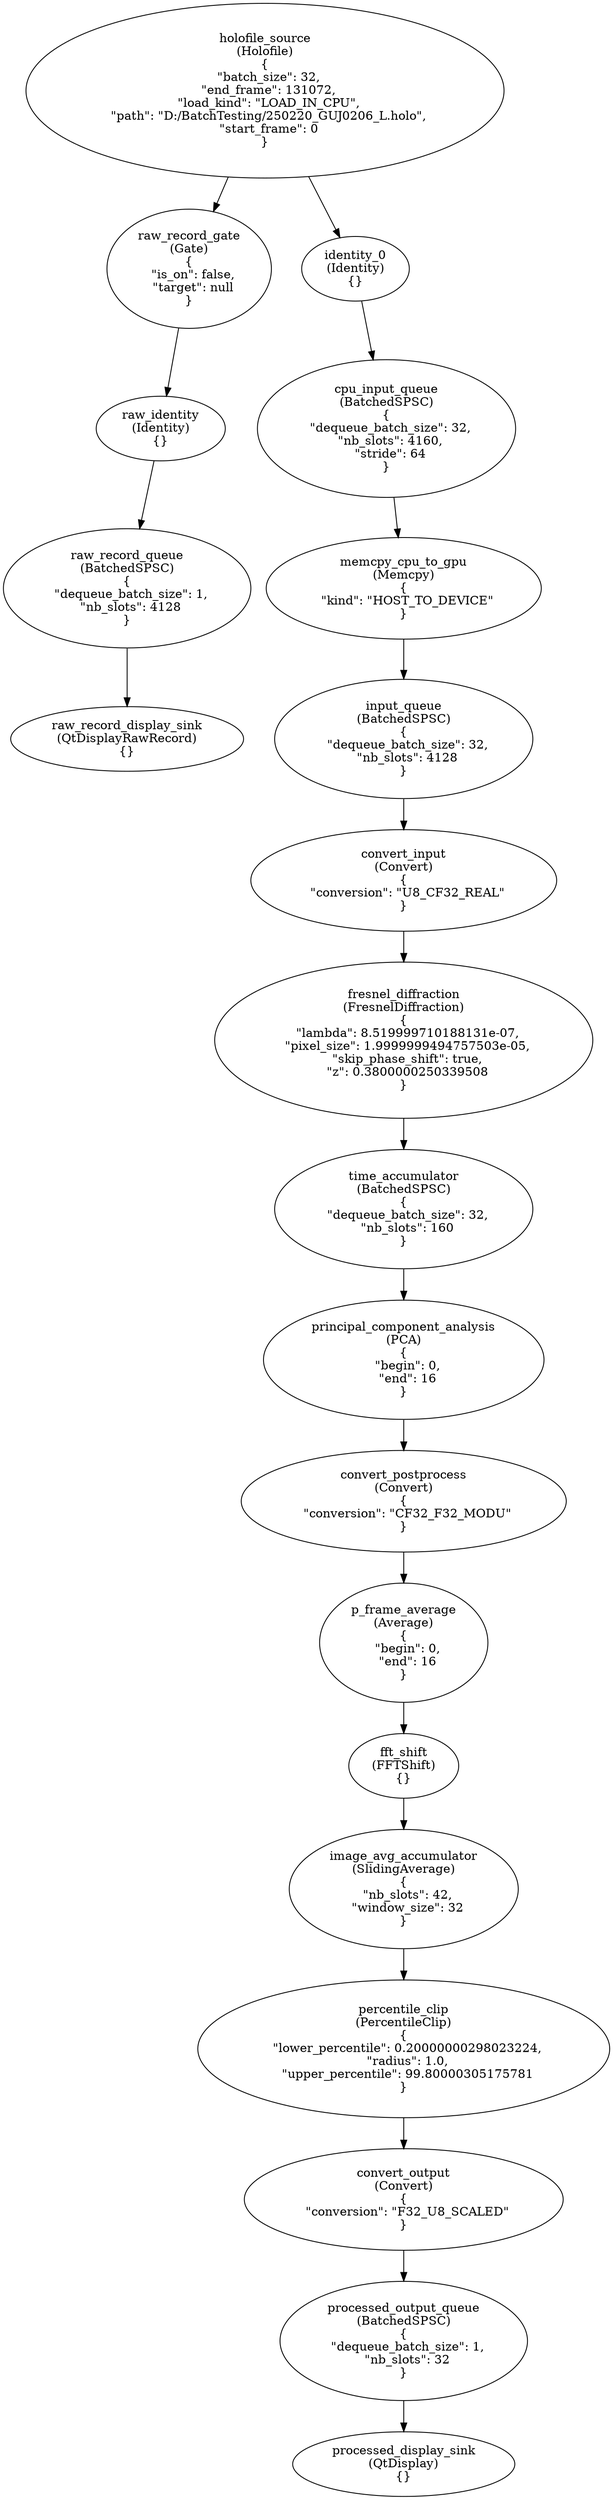
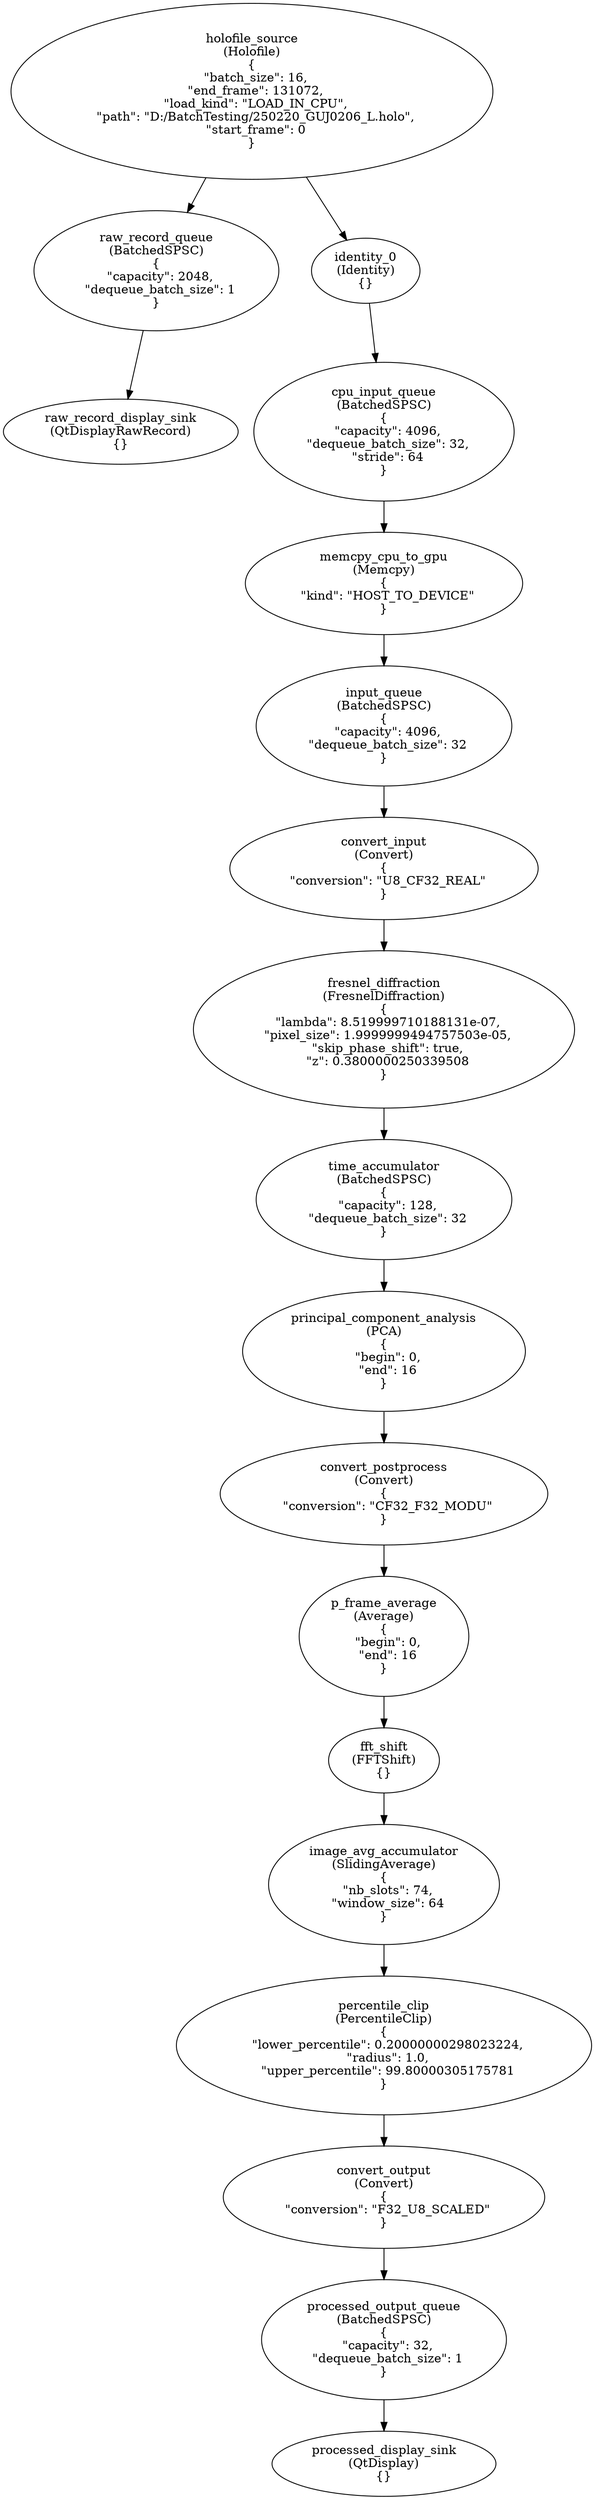
digraph G {
0[label="holofile_source\n(Holofile)\n{
-   \"batch_size\": 32,
+   \"batch_size\": 16,
  \"end_frame\": 131072,
  \"load_kind\": \"LOAD_IN_CPU\",
  \"path\": \"D:/BatchTesting/250220_GUJ0206_L.holo\",
  \"start_frame\": 0
}"];
- 1[label="raw_record_gate\n(Gate)\n{
-   \"is_on\": false,
-   \"target\": null
+ 1[label="raw_record_queue\n(BatchedSPSC)\n{
+   \"capacity\": 2048,
+   \"dequeue_batch_size\": 1
}"];
- 2[label="raw_identity\n(Identity)\n{}"];
- 3[label="raw_record_queue\n(BatchedSPSC)\n{
-   \"dequeue_batch_size\": 1,
-   \"nb_slots\": 4128
- }"];
- 4[label="raw_record_display_sink\n(QtDisplayRawRecord)\n{}"];
- 5[label="identity_0\n(Identity)\n{}"];
- 6[label="cpu_input_queue\n(BatchedSPSC)\n{
+ 2[label="raw_record_display_sink\n(QtDisplayRawRecord)\n{}"];
+ 3[label="identity_0\n(Identity)\n{}"];
+ 4[label="cpu_input_queue\n(BatchedSPSC)\n{
+   \"capacity\": 4096,
  \"dequeue_batch_size\": 32,
-   \"nb_slots\": 4160,
  \"stride\": 64
}"];
- 7[label="memcpy_cpu_to_gpu\n(Memcpy)\n{
+ 5[label="memcpy_cpu_to_gpu\n(Memcpy)\n{
  \"kind\": \"HOST_TO_DEVICE\"
}"];
- 8[label="input_queue\n(BatchedSPSC)\n{
-   \"dequeue_batch_size\": 32,
-   \"nb_slots\": 4128
+ 6[label="input_queue\n(BatchedSPSC)\n{
+   \"capacity\": 4096,
+   \"dequeue_batch_size\": 32
}"];
- 9[label="convert_input\n(Convert)\n{
+ 7[label="convert_input\n(Convert)\n{
  \"conversion\": \"U8_CF32_REAL\"
}"];
- 10[label="fresnel_diffraction\n(FresnelDiffraction)\n{
+ 8[label="fresnel_diffraction\n(FresnelDiffraction)\n{
  \"lambda\": 8.519999710188131e-07,
  \"pixel_size\": 1.9999999494757503e-05,
  \"skip_phase_shift\": true,
  \"z\": 0.3800000250339508
}"];
- 11[label="time_accumulator\n(BatchedSPSC)\n{
-   \"dequeue_batch_size\": 32,
-   \"nb_slots\": 160
+ 9[label="time_accumulator\n(BatchedSPSC)\n{
+   \"capacity\": 128,
+   \"dequeue_batch_size\": 32
}"];
- 12[label="principal_component_analysis\n(PCA)\n{
+ 10[label="principal_component_analysis\n(PCA)\n{
  \"begin\": 0,
  \"end\": 16
}"];
- 13[label="convert_postprocess\n(Convert)\n{
+ 11[label="convert_postprocess\n(Convert)\n{
  \"conversion\": \"CF32_F32_MODU\"
}"];
- 14[label="p_frame_average\n(Average)\n{
+ 12[label="p_frame_average\n(Average)\n{
  \"begin\": 0,
  \"end\": 16
}"];
- 15[label="fft_shift\n(FFTShift)\n{}"];
- 16[label="image_avg_accumulator\n(SlidingAverage)\n{
-   \"nb_slots\": 42,
-   \"window_size\": 32
+ 13[label="fft_shift\n(FFTShift)\n{}"];
+ 14[label="image_avg_accumulator\n(SlidingAverage)\n{
+   \"nb_slots\": 74,
+   \"window_size\": 64
}"];
- 17[label="percentile_clip\n(PercentileClip)\n{
+ 15[label="percentile_clip\n(PercentileClip)\n{
  \"lower_percentile\": 0.20000000298023224,
  \"radius\": 1.0,
  \"upper_percentile\": 99.80000305175781
}"];
- 18[label="convert_output\n(Convert)\n{
+ 16[label="convert_output\n(Convert)\n{
  \"conversion\": \"F32_U8_SCALED\"
}"];
- 19[label="processed_output_queue\n(BatchedSPSC)\n{
-   \"dequeue_batch_size\": 1,
-   \"nb_slots\": 32
+ 17[label="processed_output_queue\n(BatchedSPSC)\n{
+   \"capacity\": 32,
+   \"dequeue_batch_size\": 1
}"];
- 20[label="processed_display_sink\n(QtDisplay)\n{}"];
+ 18[label="processed_display_sink\n(QtDisplay)\n{}"];
0->1 ;
- 0->5 ;
+ 0->3 ;
1->2 ;
- 2->3 ;
3->4 ;
+ 4->5 ;
5->6 ;
6->7 ;
7->8 ;
8->9 ;
9->10 ;
10->11 ;
11->12 ;
12->13 ;
13->14 ;
14->15 ;
15->16 ;
16->17 ;
17->18 ;
- 18->19 ;
- 19->20 ;
}
